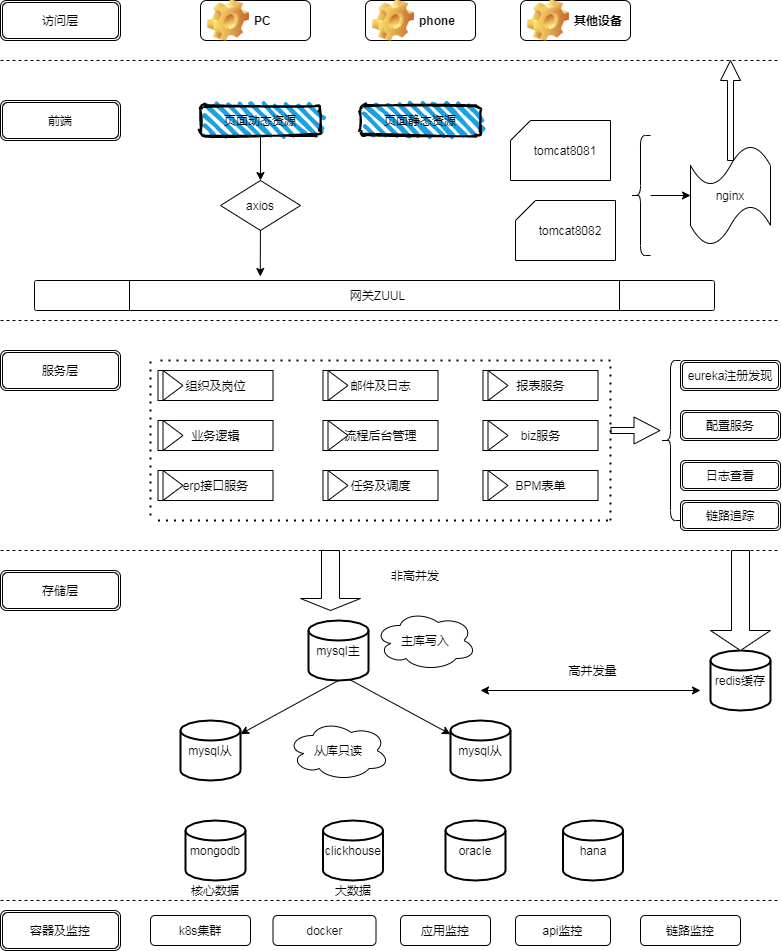
Before: BPM流程中心.png, a diagram exported from draw.io (daofuzhang/demo). Source tidied: cells renumbered, new cells last; positions are measured from the earlier drawing's top-left corner, leaving out a move shared by most shapes.
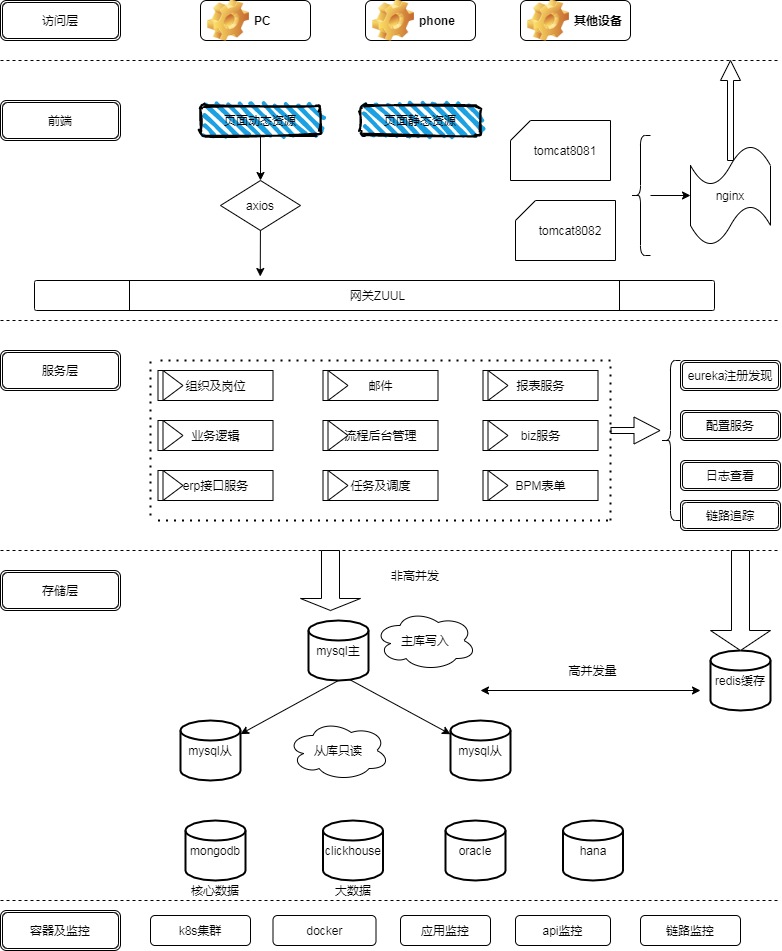
The same file after the commit.

Change to the diagram source:
```diff
@@ -92,7 +92,7 @@
     <mxCell id="29" style="triangle;html=1;whiteSpace=wrap;" parent="28" vertex="1">
       <mxGeometry x="5" width="20" height="30" as="geometry" />
     </mxCell>
-    <mxCell id="30" value="邮件及日志" style="html=1;whiteSpace=wrap;" parent="1" vertex="1">
+    <mxCell id="30" value="邮件" style="html=1;whiteSpace=wrap;" parent="1" vertex="1">
       <mxGeometry x="322.5" y="370" width="115" height="30" as="geometry" />
     </mxCell>
     <mxCell id="31" style="triangle;html=1;whiteSpace=wrap;" parent="30" vertex="1">
```
